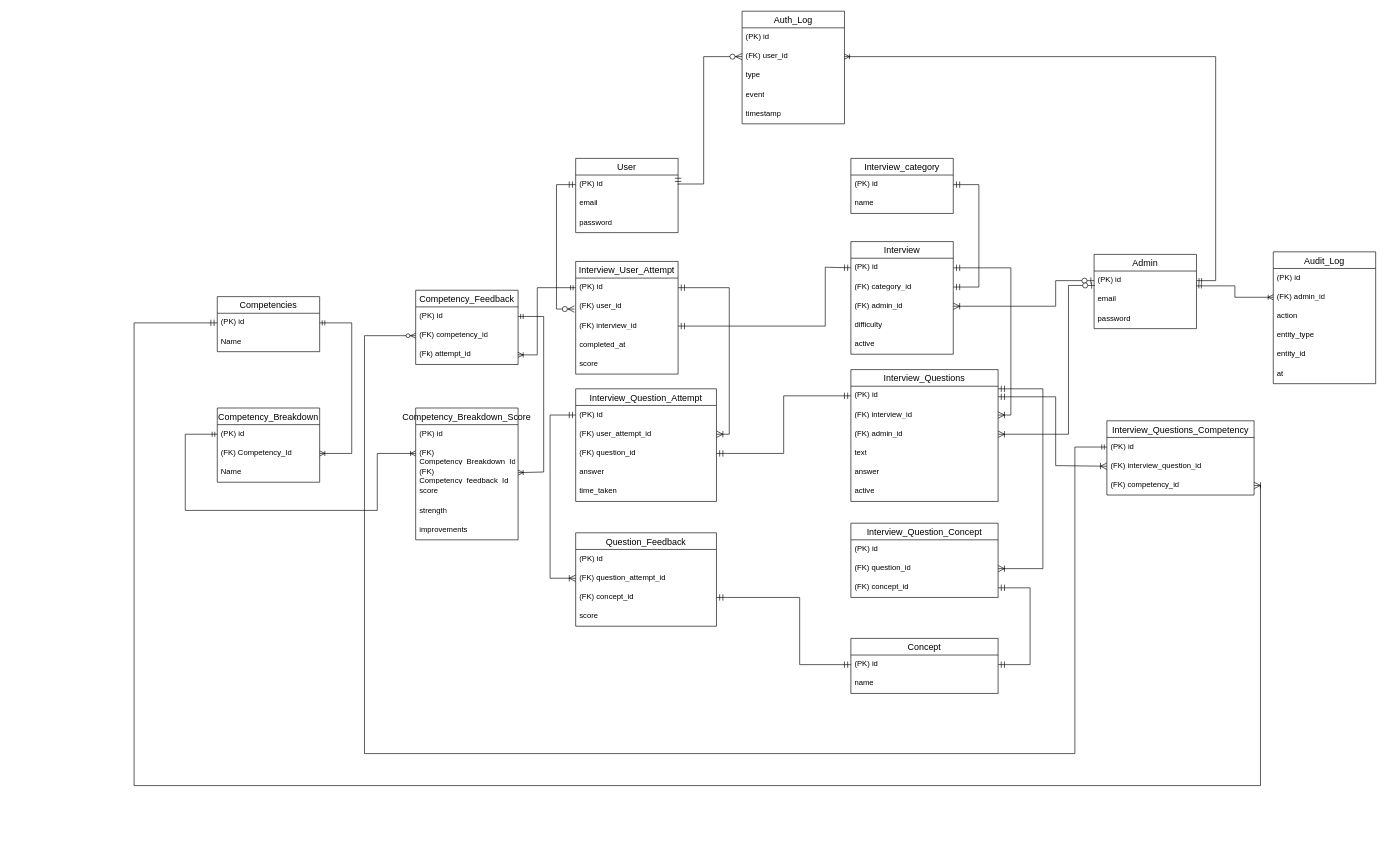
V-DP-DEV/Capstone keeps this draw.io diagram as diagrams/group_erd.drawio. Above is the earlier version. Source tidied: cells renumbered, new cells numbered last; positions are measured from the earlier drawing's top-left corner, leaving out a move shared by most shapes. Both pictures are drawn from the tidied source at 64%, with x=0, y=0 at pixel (134, 11).
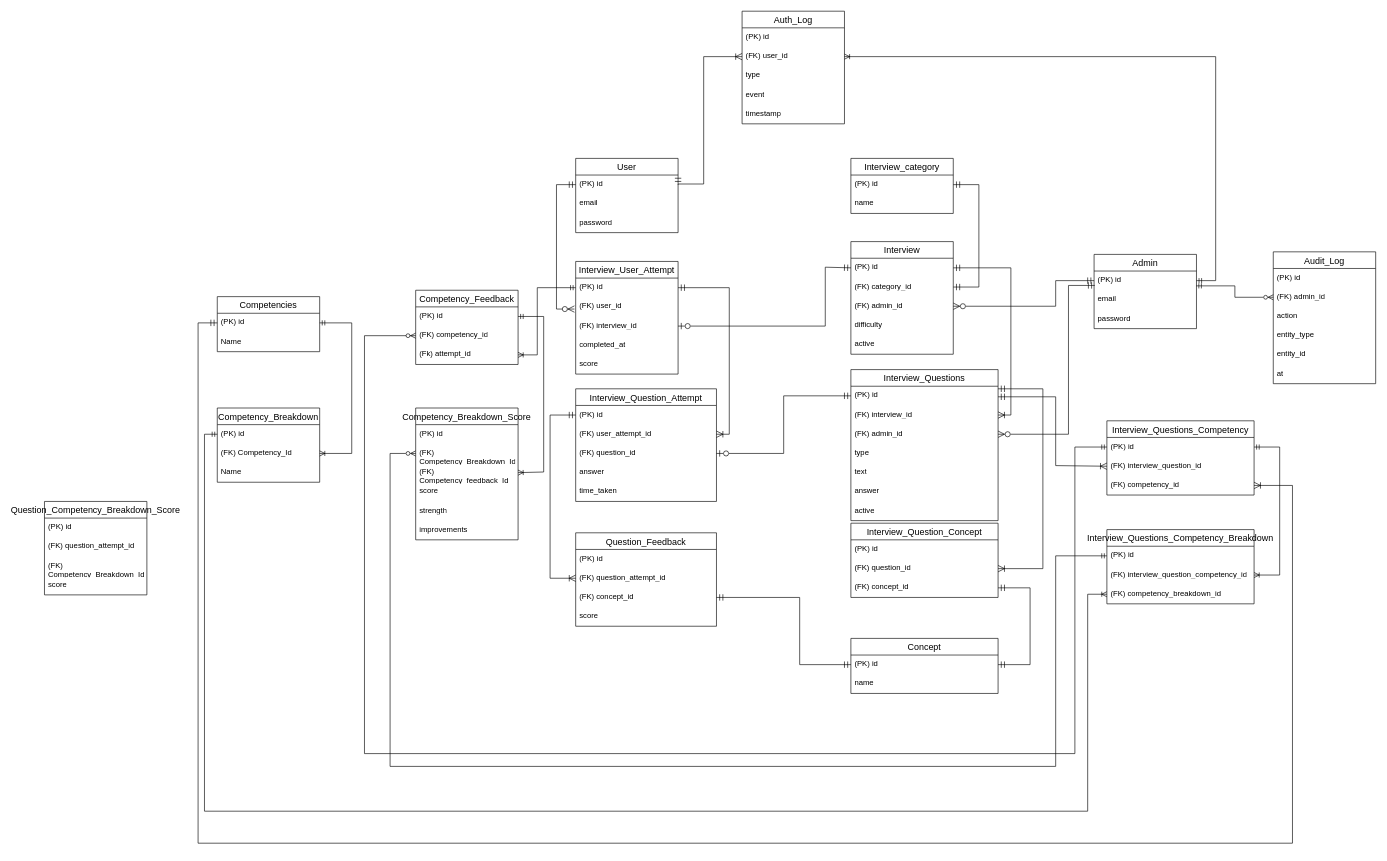
The same diagram, later.

Commit message:
Fixed competency breakdown to not include all breakdowns if a question type doesnt demand it

The change refers to these unchanged cells:
```xml
<mxCell id="3" value="(PK) id" style="text;strokeColor=none;fillColor=none;spacingLeft=4;spacingRight=4;overflow=hidden;points=[[0,0.5],[1,0.5]];portConstraint=eastwest;fontSize=12;whiteSpace=wrap;html=1;" parent="2" vertex="1">
  <mxGeometry y="26" width="160" height="30" as="geometry" />
</mxCell>
<mxCell id="5" value="(FK) admin_id" style="text;strokeColor=none;fillColor=none;spacingLeft=4;spacingRight=4;overflow=hidden;points=[[0,0.5],[1,0.5]];portConstraint=eastwest;fontSize=12;whiteSpace=wrap;html=1;" parent="2" vertex="1">
  <mxGeometry y="86" width="160" height="30" as="geometry" />
</mxCell>
<mxCell id="12" value="(PK) id" style="text;strokeColor=none;fillColor=none;spacingLeft=4;spacingRight=4;overflow=hidden;points=[[0,0.5],[1,0.5]];portConstraint=eastwest;fontSize=12;whiteSpace=wrap;html=1;" parent="11" vertex="1">
  <mxGeometry y="26" width="230" height="30" as="geometry" />
</mxCell>
<mxCell id="14" value="(FK) admin_id" style="text;strokeColor=none;fillColor=none;spacingLeft=4;spacingRight=4;overflow=hidden;points=[[0,0.5],[1,0.5]];portConstraint=eastwest;fontSize=12;whiteSpace=wrap;html=1;" parent="11" vertex="1">
  <mxGeometry y="86" width="230" height="30" as="geometry" />
</mxCell>
<mxCell id="28" value="(FK) interview_id" style="text;strokeColor=none;fillColor=none;spacingLeft=4;spacingRight=4;overflow=hidden;points=[[0,0.5],[1,0.5]];portConstraint=eastwest;fontSize=12;whiteSpace=wrap;html=1;" parent="25" vertex="1">
  <mxGeometry y="86" width="160" height="30" as="geometry" />
</mxCell>
<mxCell id="34" value="(FK) question_id" style="text;strokeColor=none;fillColor=none;spacingLeft=4;spacingRight=4;overflow=hidden;points=[[0,0.5],[1,0.5]];portConstraint=eastwest;fontSize=12;whiteSpace=wrap;html=1;" parent="31" vertex="1">
  <mxGeometry y="86" width="220" height="30" as="geometry" />
</mxCell>
<mxCell id="43" value="(PK) id" style="text;strokeColor=none;fillColor=none;spacingLeft=4;spacingRight=4;overflow=hidden;points=[[0,0.5],[1,0.5]];portConstraint=eastwest;fontSize=12;whiteSpace=wrap;html=1;" parent="42" vertex="1">
  <mxGeometry y="26" width="160" height="30" as="geometry" />
</mxCell>
<mxCell id="47" value="(PK) id" style="text;strokeColor=none;fillColor=none;spacingLeft=4;spacingRight=4;overflow=hidden;points=[[0,0.5],[1,0.5]];portConstraint=eastwest;fontSize=12;whiteSpace=wrap;html=1;" parent="46" vertex="1">
  <mxGeometry y="26" width="160" height="30" as="geometry" />
</mxCell>
<mxCell id="70" value="(FK) admin_id" style="text;strokeColor=none;fillColor=none;spacingLeft=4;spacingRight=4;overflow=hidden;points=[[0,0.5],[1,0.5]];portConstraint=eastwest;fontSize=12;whiteSpace=wrap;html=1;" parent="68" vertex="1">
  <mxGeometry y="56" width="160" height="30" as="geometry" />
</mxCell>
<mxCell id="77" value="(FK) user_id" style="text;strokeColor=none;fillColor=none;spacingLeft=4;spacingRight=4;overflow=hidden;points=[[0,0.5],[1,0.5]];portConstraint=eastwest;fontSize=12;whiteSpace=wrap;html=1;" parent="75" vertex="1">
  <mxGeometry y="56" width="160" height="30" as="geometry" />
</mxCell>
<mxCell id="86" value="(FK) Competency_Breakdown_Id" style="text;strokeColor=none;fillColor=none;spacingLeft=4;spacingRight=4;overflow=hidden;points=[[0,0.5],[1,0.5]];portConstraint=eastwest;fontSize=12;whiteSpace=wrap;html=1;" parent="84" vertex="1">
  <mxGeometry y="56" width="160" height="30" as="geometry" />
</mxCell>
<mxCell id="94" value="(PK) id" style="text;strokeColor=none;fillColor=none;spacingLeft=4;spacingRight=4;overflow=hidden;points=[[0,0.5],[1,0.5]];portConstraint=eastwest;fontSize=12;whiteSpace=wrap;html=1;" parent="93" vertex="1">
  <mxGeometry y="26" width="160" height="30" as="geometry" />
</mxCell>
<mxCell id="97" value="(PK) id" style="text;strokeColor=none;fillColor=none;spacingLeft=4;spacingRight=4;overflow=hidden;points=[[0,0.5],[1,0.5]];portConstraint=eastwest;fontSize=12;whiteSpace=wrap;html=1;" parent="96" vertex="1">
  <mxGeometry y="26" width="160" height="30" as="geometry" />
</mxCell>
<mxCell id="102" value="(PK) id" style="text;strokeColor=none;fillColor=none;spacingLeft=4;spacingRight=4;overflow=hidden;points=[[0,0.5],[1,0.5]];portConstraint=eastwest;fontSize=12;whiteSpace=wrap;html=1;" parent="101" vertex="1">
  <mxGeometry y="26" width="230" height="30" as="geometry" />
</mxCell>
<mxCell id="104" value="(FK) competency_id" style="text;strokeColor=none;fillColor=none;spacingLeft=4;spacingRight=4;overflow=hidden;points=[[0,0.5],[1,0.5]];portConstraint=eastwest;fontSize=12;whiteSpace=wrap;html=1;" parent="101" vertex="1">
  <mxGeometry y="86" width="230" height="30" as="geometry" />
</mxCell>
```

The edit, as a diff of the source:
```diff
@@
     <mxCell id="11" value="Interview_Questions" style="swimlane;fontStyle=0;horizontal=1;startSize=26;align=center;fontSize=14;" parent="1" vertex="1">
-      <mxGeometry x="1120" y="560" width="230" height="206" as="geometry" />
+      <mxGeometry x="1120" y="560" width="230" height="236" as="geometry" />
     </mxCell>
@@
+    <mxCell id="107" value="type" style="text;strokeColor=none;fillColor=none;spacingLeft=4;spacingRight=4;overflow=hidden;fontSize=12;whiteSpace=wrap;html=1;" parent="11" vertex="1">
+      <mxGeometry y="116" width="230" height="30" as="geometry" />
+    </mxCell>
     <mxCell id="15" value="text" style="text;strokeColor=none;fillColor=none;spacingLeft=4;spacingRight=4;overflow=hidden;fontSize=12;whiteSpace=wrap;html=1;" parent="11" vertex="1">
-      <mxGeometry y="116" width="230" height="30" as="geometry" />
+      <mxGeometry y="146" width="230" height="30" as="geometry" />
     </mxCell>
     <mxCell id="16" value="answer" style="text;strokeColor=none;fillColor=none;spacingLeft=4;spacingRight=4;overflow=hidden;fontSize=12;whiteSpace=wrap;html=1;" parent="11" vertex="1">
-      <mxGeometry y="146" width="230" height="30" as="geometry" />
+      <mxGeometry y="176" width="230" height="30" as="geometry" />
     </mxCell>
     <mxCell id="17" value="active" style="text;strokeColor=none;fillColor=none;spacingLeft=4;spacingRight=4;overflow=hidden;fontSize=12;whiteSpace=wrap;html=1;" parent="11" vertex="1">
-      <mxGeometry y="176" width="230" height="30" as="geometry" />
+      <mxGeometry y="206" width="230" height="30" as="geometry" />
     </mxCell>
@@
-    <mxCell id="51" style="edgeStyle=orthogonalEdgeStyle;fontSize=12;html=1;endArrow=ERmandOne;startArrow=ERmandOne;rounded=0;startSize=8;endSize=8;exitX=1;exitY=0.5;exitDx=0;exitDy=0;entryX=0;entryY=0.5;entryDx=0;entryDy=0;" parent="1" edge="1" source="28" target="3">
+    <mxCell id="51" style="edgeStyle=orthogonalEdgeStyle;fontSize=12;html=1;endArrow=ERmandOne;startArrow=ERzeroToOne;rounded=0;startSize=8;endSize=8;exitX=1;exitY=0.5;exitDx=0;exitDy=0;entryX=0;entryY=0.5;entryDx=0;entryDy=0;startFill=0;" parent="1" edge="1" source="28" target="3">
       <mxGeometry relative="1" as="geometry">
         <Array as="points">
           <mxPoint x="1080" y="492" />
           <mxPoint x="1080" y="400" />
         </Array>
       </mxGeometry>
     </mxCell>
@@
-    <mxCell id="54" style="edgeStyle=orthogonalEdgeStyle;fontSize=12;html=1;endArrow=ERmandOne;startArrow=ERmandOne;rounded=0;startSize=8;endSize=8;exitX=1;exitY=0.5;exitDx=0;exitDy=0;entryX=0;entryY=0.5;entryDx=0;entryDy=0;" parent="1" edge="1" source="34" target="12">
+    <mxCell id="54" style="edgeStyle=orthogonalEdgeStyle;fontSize=12;html=1;endArrow=ERmandOne;startArrow=ERzeroToOne;rounded=0;startSize=8;endSize=8;exitX=1;exitY=0.5;exitDx=0;exitDy=0;entryX=0;entryY=0.5;entryDx=0;entryDy=0;startFill=0;" parent="1" edge="1" source="34" target="12">
       <mxGeometry relative="1" as="geometry" />
     </mxCell>
@@
-    <mxCell id="59" style="edgeStyle=orthogonalEdgeStyle;fontSize=12;html=1;endArrow=ERoneToMany;startArrow=ERzeroToOne;rounded=0;startSize=8;endSize=8;exitX=0;exitY=0.5;exitDx=0;exitDy=0;entryX=1;entryY=0.5;entryDx=0;entryDy=0;" parent="1" edge="1" source="47" target="5">
+    <mxCell id="59" style="edgeStyle=orthogonalEdgeStyle;fontSize=12;html=1;endArrow=ERzeroToMany;startArrow=ERmandOne;rounded=0;startSize=8;endSize=8;exitX=0;exitY=0.5;exitDx=0;exitDy=0;entryX=1;entryY=0.5;entryDx=0;entryDy=0;endFill=0;startFill=0;" parent="1" edge="1" source="47" target="5">
       <mxGeometry relative="1" as="geometry">
         <Array as="points">
           <mxPoint x="1440" y="421" />
           <mxPoint x="1440" y="461" />
         </Array>
       </mxGeometry>
     </mxCell>
-    <mxCell id="60" style="edgeStyle=orthogonalEdgeStyle;fontSize=12;html=1;endArrow=ERoneToMany;startArrow=ERzeroToOne;rounded=0;startSize=8;endSize=8;exitX=0.007;exitY=0.75;exitDx=0;exitDy=0;entryX=1;entryY=0.5;entryDx=0;entryDy=0;exitPerimeter=0;" parent="1" edge="1" source="47" target="14">
+    <mxCell id="60" style="edgeStyle=orthogonalEdgeStyle;fontSize=12;html=1;endArrow=ERzeroToMany;startArrow=ERmandOne;rounded=0;startSize=8;endSize=8;exitX=0.007;exitY=0.75;exitDx=0;exitDy=0;entryX=1;entryY=0.5;entryDx=0;entryDy=0;exitPerimeter=0;startFill=0;endFill=0;" parent="1" edge="1" source="47" target="14">
       <mxGeometry relative="1" as="geometry">
         <Array as="points">
           <mxPoint x="1460" y="428.5" />
           <mxPoint x="1460" y="661" />
         </Array>
       </mxGeometry>
     </mxCell>
@@
-    <mxCell id="81" style="edgeStyle=elbowEdgeStyle;fontSize=12;html=1;endArrow=ERoneToMany;startArrow=ERmandOne;exitX=0.998;exitY=0.772;exitDx=0;exitDy=0;entryX=0;entryY=0.5;entryDx=0;entryDy=0;rounded=0;curved=0;exitPerimeter=0;" parent="1" edge="1" source="47" target="70">
+    <mxCell id="81" style="edgeStyle=elbowEdgeStyle;fontSize=12;html=1;endArrow=ERzeroToMany;startArrow=ERmandOne;exitX=0.998;exitY=0.772;exitDx=0;exitDy=0;entryX=0;entryY=0.5;entryDx=0;entryDy=0;rounded=0;curved=0;exitPerimeter=0;endFill=0;" parent="1" edge="1" source="47" target="70">
       <mxGeometry relative="1" as="geometry" />
     </mxCell>
-    <mxCell id="82" style="fontSize=12;html=1;endArrow=ERzeroToMany;startArrow=ERmandOne;rounded=0;startSize=8;endSize=8;exitX=1;exitY=0.5;exitDx=0;exitDy=0;entryX=0;entryY=0.5;entryDx=0;entryDy=0;edgeStyle=orthogonalEdgeStyle;startFill=0;" parent="1" edge="1" source="43" target="77">
+    <mxCell id="82" style="fontSize=12;html=1;endArrow=ERoneToMany;startArrow=ERmandOne;rounded=0;startSize=8;endSize=8;exitX=1;exitY=0.5;exitDx=0;exitDy=0;entryX=0;entryY=0.5;entryDx=0;entryDy=0;edgeStyle=orthogonalEdgeStyle;startFill=0;endFill=0;" parent="1" edge="1" source="43" target="77">
       <mxGeometry relative="1" as="geometry">
         <Array as="points">
           <mxPoint x="850" y="270" />
           <mxPoint x="890" y="270" />
           <mxPoint x="890" y="71" />
         </Array>
       </mxGeometry>
     </mxCell>
@@
-    <mxCell id="91" style="fontSize=12;html=1;endArrow=ERoneToMany;startArrow=ERmandOne;exitX=0;exitY=0.5;exitDx=0;exitDy=0;entryX=0;entryY=0.5;entryDx=0;entryDy=0;rounded=0;edgeStyle=orthogonalEdgeStyle;" parent="1" edge="1" source="97" target="86">
+    <mxCell id="91" style="fontSize=12;html=1;endArrow=ERoneToMany;startArrow=ERmandOne;exitX=0;exitY=0.5;exitDx=0;exitDy=0;entryX=0;entryY=0.5;entryDx=0;entryDy=0;rounded=0;edgeStyle=orthogonalEdgeStyle;" parent="1" edge="1" source="97" target="111">
       <mxGeometry relative="1" as="geometry">
         <Array as="points">
-          <mxPoint x="80" y="661" />
-          <mxPoint x="80" y="780" />
-          <mxPoint x="380" y="780" />
-          <mxPoint x="380" y="691" />
+          <mxPoint x="110" y="661" />
+          <mxPoint x="110" y="1250" />
+          <mxPoint x="1490" y="1250" />
+          <mxPoint x="1490" y="911" />
         </Array>
       </mxGeometry>
     </mxCell>
@@
     <mxCell id="106" style="fontSize=12;html=1;endArrow=ERmandOne;startArrow=ERoneToMany;rounded=0;startSize=8;endSize=8;entryX=0;entryY=0.5;entryDx=0;entryDy=0;exitX=1;exitY=0.5;exitDx=0;exitDy=0;startFill=0;endFill=0;edgeStyle=orthogonalEdgeStyle;" parent="1" edge="1" source="104" target="94">
       <mxGeometry relative="1" as="geometry">
         <Array as="points">
-          <mxPoint x="1760" y="741" />
-          <mxPoint x="1760" y="1210" />
-          <mxPoint y="1210" />
-          <mxPoint y="487" />
+          <mxPoint x="1810" y="741" />
+          <mxPoint x="1810" y="1300" />
+          <mxPoint x="100" y="1300" />
+          <mxPoint x="100" y="487" />
         </Array>
       </mxGeometry>
     </mxCell>
+    <mxCell id="108" value="Interview_Questions_Competency_Breakdown" style="swimlane;fontStyle=0;horizontal=1;startSize=26;align=center;fontSize=14;" parent="1" vertex="1">
+      <mxGeometry x="1520" y="810" width="230" height="116" as="geometry" />
+    </mxCell>
+    <mxCell id="109" value="(PK) id" style="text;strokeColor=none;fillColor=none;spacingLeft=4;spacingRight=4;overflow=hidden;points=[[0,0.5],[1,0.5]];portConstraint=eastwest;fontSize=12;whiteSpace=wrap;html=1;" parent="108" vertex="1">
+      <mxGeometry y="26" width="230" height="30" as="geometry" />
+    </mxCell>
+    <mxCell id="110" value="(FK) interview_question_competency_id" style="text;strokeColor=none;fillColor=none;spacingLeft=4;spacingRight=4;overflow=hidden;points=[[0,0.5],[1,0.5]];portConstraint=eastwest;fontSize=12;whiteSpace=wrap;html=1;" parent="108" vertex="1">
+      <mxGeometry y="56" width="230" height="30" as="geometry" />
+    </mxCell>
+    <mxCell id="111" value="(FK) competency_breakdown_id" style="text;strokeColor=none;fillColor=none;spacingLeft=4;spacingRight=4;overflow=hidden;points=[[0,0.5],[1,0.5]];portConstraint=eastwest;fontSize=12;whiteSpace=wrap;html=1;" parent="108" vertex="1">
+      <mxGeometry y="86" width="230" height="30" as="geometry" />
+    </mxCell>
+    <mxCell id="112" style="edgeStyle=elbowEdgeStyle;fontSize=12;html=1;endArrow=ERmandOne;startArrow=ERoneToMany;entryX=1;entryY=0.5;entryDx=0;entryDy=0;exitX=1;exitY=0.5;exitDx=0;exitDy=0;rounded=0;curved=0;startFill=0;" parent="1" edge="1" source="110" target="102">
+      <mxGeometry relative="1" as="geometry">
+        <Array as="points">
+          <mxPoint x="1790" y="781" />
+        </Array>
+      </mxGeometry>
+    </mxCell>
+    <mxCell id="113" style="edgeStyle=orthogonalEdgeStyle;fontSize=12;html=1;endArrow=ERzeroToMany;startArrow=ERmandOne;exitX=0;exitY=0.5;exitDx=0;exitDy=0;entryX=0;entryY=0.5;entryDx=0;entryDy=0;rounded=0;endFill=0;" parent="1" edge="1" source="109" target="86">
+      <mxGeometry relative="1" as="geometry">
+        <Array as="points">
+          <mxPoint x="1440" y="851" />
+          <mxPoint x="1440" y="1180" />
+          <mxPoint x="400" y="1180" />
+          <mxPoint x="400" y="691" />
+        </Array>
+      </mxGeometry>
+    </mxCell>
+    <mxCell id="114" value="Question_Competency_Breakdown_Score" style="swimlane;fontStyle=0;horizontal=1;startSize=26;align=center;fontSize=14;" parent="1" vertex="1">
+      <mxGeometry x="-140" y="766" width="160" height="146" as="geometry" />
+    </mxCell>
+    <mxCell id="115" value="(PK) id" style="text;strokeColor=none;fillColor=none;spacingLeft=4;spacingRight=4;overflow=hidden;fontSize=12;whiteSpace=wrap;html=1;" parent="114" vertex="1">
+      <mxGeometry y="26" width="160" height="30" as="geometry" />
+    </mxCell>
+    <mxCell id="116" value="(FK) question_attempt_id" style="text;strokeColor=none;fillColor=none;spacingLeft=4;spacingRight=4;overflow=hidden;fontSize=12;whiteSpace=wrap;html=1;" parent="114" vertex="1">
+      <mxGeometry y="56" width="160" height="30" as="geometry" />
+    </mxCell>
+    <mxCell id="117" value="(FK) Competency_Breakdown_Id" style="text;strokeColor=none;fillColor=none;spacingLeft=4;spacingRight=4;overflow=hidden;fontSize=12;whiteSpace=wrap;html=1;" parent="114" vertex="1">
+      <mxGeometry y="86" width="160" height="30" as="geometry" />
+    </mxCell>
+    <mxCell id="118" value="score" style="text;strokeColor=none;fillColor=none;spacingLeft=4;spacingRight=4;overflow=hidden;fontSize=12;whiteSpace=wrap;html=1;" parent="114" vertex="1">
+      <mxGeometry y="116" width="160" height="30" as="geometry" />
+    </mxCell>
```
